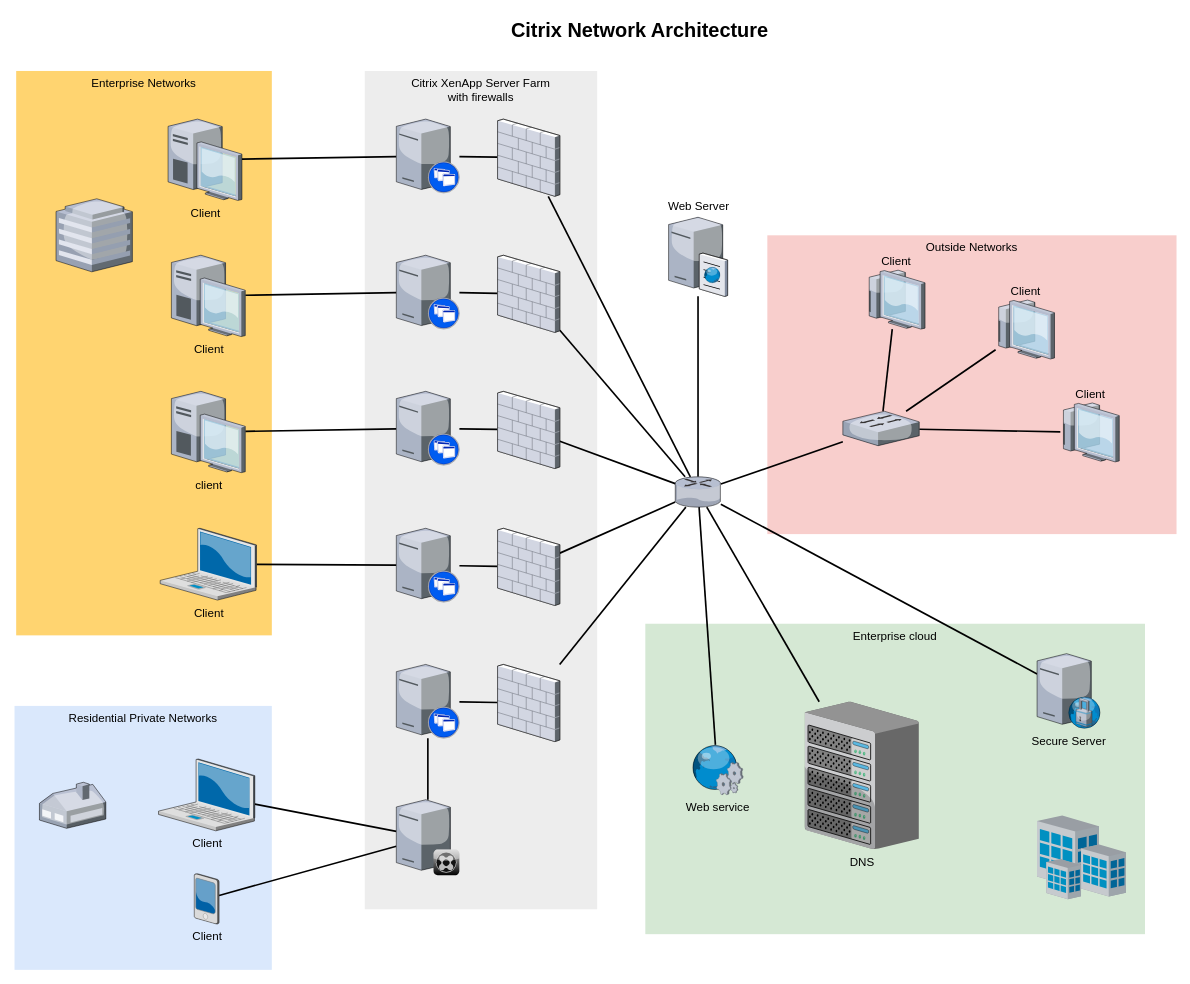
Angel-ISO/redesDiagrama keeps this draw.io diagram as Diagrama sin título.drawio. Above is the earlier version. Source tidied: cells renumbered, new cells numbered last; positions are measured from the earlier drawing's top-left corner, leaving out a move shared by most shapes. Both pictures are drawn from the tidied source at 83%, with x=0, y=0 at pixel (14, 14).
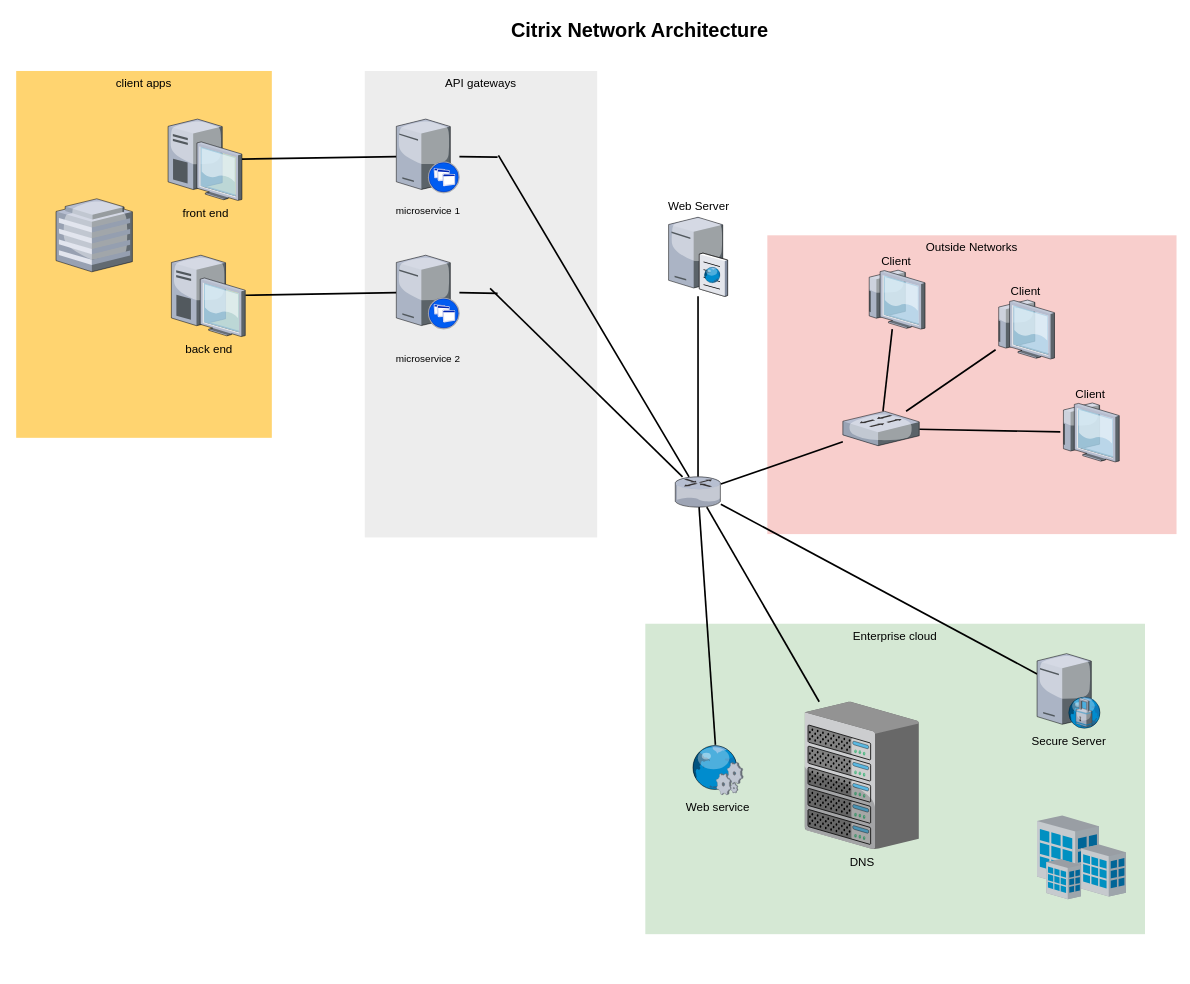
The same page after the edit.

Unchanged cells that the change refers to:
```xml
<mxCell id="26" style="verticalLabelPosition=bottom;html=1;verticalAlign=top;strokeColor=none;shape=mxgraph.citrix.xenapp_server;fillColor=#66B2FF;gradientColor=#0066CC;fontSize=14;" parent="1" vertex="1">
  <mxGeometry x="460" y="290" width="76" height="89" as="geometry" />
</mxCell>
<mxCell id="28" style="verticalLabelPosition=bottom;html=1;verticalAlign=top;strokeColor=none;shape=mxgraph.citrix.xenapp_server;fillColor=#66B2FF;gradientColor=#0066CC;fontSize=14;" parent="1" vertex="1">
  <mxGeometry x="460" y="126" width="76" height="89" as="geometry" />
</mxCell>
<mxCell id="33" style="verticalLabelPosition=bottom;html=1;verticalAlign=top;strokeColor=none;shape=mxgraph.citrix.router;fillColor=#66B2FF;gradientColor=#0066CC;fontSize=14;" parent="1" vertex="1">
  <mxGeometry x="796" y="557" width="55" height="36.5" as="geometry" />
</mxCell>
```

What changed in the source:
```diff
@@
-    <mxCell id="4" value="Citrix XenApp Server Farm&lt;div&gt;with firewalls&lt;/div&gt;" style="whiteSpace=wrap;html=1;fillColor=#EDEDED;fontSize=14;strokeColor=none;verticalAlign=top;" parent="1" vertex="1">
-      <mxGeometry x="422" y="68" width="280" height="1010" as="geometry" />
+    <mxCell id="4" value="API gateways" style="whiteSpace=wrap;html=1;fillColor=#EDEDED;fontSize=14;strokeColor=none;verticalAlign=top;" parent="1" vertex="1">
+      <mxGeometry x="422" y="68" width="280" height="562" as="geometry" />
     </mxCell>
-    <mxCell id="5" value="Residential Private Networks" style="whiteSpace=wrap;html=1;fillColor=#dae8fc;fontSize=14;strokeColor=none;verticalAlign=top;" parent="1" vertex="1">
-      <mxGeometry y="833" width="310" height="318" as="geometry" />
-    </mxCell>
-    <mxCell id="6" value="Enterprise Networks" style="whiteSpace=wrap;html=1;fillColor=#FFD470;gradientColor=none;fontSize=14;strokeColor=none;verticalAlign=top;" parent="1" vertex="1">
-      <mxGeometry x="2" y="68" width="308" height="680" as="geometry" />
+    <mxCell id="6" value="client apps" style="whiteSpace=wrap;html=1;fillColor=#FFD470;gradientColor=none;fontSize=14;strokeColor=none;verticalAlign=top;" parent="1" vertex="1">
+      <mxGeometry x="2" y="68" width="308" height="442" as="geometry" />
     </mxCell>
-    <mxCell id="7" style="edgeStyle=none;rounded=0;html=1;startSize=10;endSize=10;jettySize=auto;fontSize=14;endArrow=none;endFill=0;strokeWidth=2;" parent="1" edge="1" source="8" target="35">
-      <mxGeometry relative="1" as="geometry" />
-    </mxCell>
-    <mxCell id="8" value="Client" style="verticalLabelPosition=bottom;html=1;verticalAlign=top;strokeColor=none;shape=mxgraph.citrix.laptop_2;fillColor=#66B2FF;gradientColor=#0066CC;fontSize=14;" parent="1" vertex="1">
-      <mxGeometry x="173.5" y="897" width="116" height="86.5" as="geometry" />
-    </mxCell>
-    <mxCell id="9" style="edgeStyle=none;rounded=0;html=1;startSize=10;endSize=10;jettySize=auto;fontSize=14;endArrow=none;endFill=0;strokeWidth=2;" parent="1" edge="1" source="10" target="22">
-      <mxGeometry relative="1" as="geometry" />
-    </mxCell>
-    <mxCell id="10" value="Client" style="verticalLabelPosition=bottom;html=1;verticalAlign=top;strokeColor=none;shape=mxgraph.citrix.laptop_2;fillColor=#66B2FF;gradientColor=#0066CC;fontSize=14;" parent="1" vertex="1">
-      <mxGeometry x="175.5" y="619" width="116" height="86.5" as="geometry" />
-    </mxCell>
-    <mxCell id="11" style="edgeStyle=none;rounded=0;html=1;startSize=10;endSize=10;jettySize=auto;fontSize=14;endArrow=none;endFill=0;strokeWidth=2;" parent="1" edge="1" source="12" target="24">
-      <mxGeometry relative="1" as="geometry" />
-    </mxCell>
-    <mxCell id="12" value="client" style="verticalLabelPosition=bottom;html=1;verticalAlign=top;strokeColor=none;shape=mxgraph.citrix.desktop;fillColor=#66B2FF;gradientColor=#0066CC;fontSize=14;" parent="1" vertex="1">
-      <mxGeometry x="189" y="454" width="89" height="98" as="geometry" />
-    </mxCell>
@@
-    <mxCell id="14" value="Client" style="verticalLabelPosition=bottom;html=1;verticalAlign=top;strokeColor=none;shape=mxgraph.citrix.desktop;fillColor=#66B2FF;gradientColor=#0066CC;fontSize=14;" parent="1" vertex="1">
+    <mxCell id="14" value="back end" style="verticalLabelPosition=bottom;html=1;verticalAlign=top;strokeColor=none;shape=mxgraph.citrix.desktop;fillColor=#66B2FF;gradientColor=#0066CC;fontSize=14;" parent="1" vertex="1">
       <mxGeometry x="189" y="290" width="89" height="98" as="geometry" />
     </mxCell>
@@
-    <mxCell id="16" value="Client" style="verticalLabelPosition=bottom;html=1;verticalAlign=top;strokeColor=none;shape=mxgraph.citrix.desktop;fillColor=#66B2FF;gradientColor=#0066CC;fontSize=14;" parent="1" vertex="1">
+    <mxCell id="16" value="front end" style="verticalLabelPosition=bottom;html=1;verticalAlign=top;strokeColor=none;shape=mxgraph.citrix.desktop;fillColor=#66B2FF;gradientColor=#0066CC;fontSize=14;" parent="1" vertex="1">
       <mxGeometry x="185" y="126" width="89" height="98" as="geometry" />
     </mxCell>
-    <mxCell id="17" style="edgeStyle=none;rounded=0;html=1;startSize=10;endSize=10;jettySize=auto;fontSize=14;endArrow=none;endFill=0;strokeWidth=2;" parent="1" edge="1" source="18" target="35">
-      <mxGeometry relative="1" as="geometry" />
-    </mxCell>
-    <mxCell id="18" value="Client" style="verticalLabelPosition=bottom;html=1;verticalAlign=top;strokeColor=none;shape=mxgraph.citrix.pda;fillColor=#66B2FF;gradientColor=#0066CC;fontSize=14;" parent="1" vertex="1">
-      <mxGeometry x="216.5" y="1035" width="30" height="61" as="geometry" />
-    </mxCell>
-    <mxCell id="19" style="edgeStyle=none;rounded=0;html=1;startSize=10;endSize=10;jettySize=auto;fontSize=14;endArrow=none;endFill=0;strokeWidth=2;" parent="1" edge="1" source="20" target="47">
-      <mxGeometry relative="1" as="geometry" />
-    </mxCell>
-    <mxCell id="20" style="verticalLabelPosition=bottom;html=1;verticalAlign=top;strokeColor=none;shape=mxgraph.citrix.xenapp_server;fillColor=#66B2FF;gradientColor=#0066CC;fontSize=14;" parent="1" vertex="1">
-      <mxGeometry x="460" y="783" width="76" height="89" as="geometry" />
-    </mxCell>
-    <mxCell id="21" style="edgeStyle=none;rounded=0;html=1;startSize=10;endSize=10;jettySize=auto;fontSize=14;endArrow=none;endFill=0;strokeWidth=2;" parent="1" edge="1" source="22" target="45">
-      <mxGeometry relative="1" as="geometry" />
-    </mxCell>
-    <mxCell id="22" style="verticalLabelPosition=bottom;html=1;verticalAlign=top;strokeColor=none;shape=mxgraph.citrix.xenapp_server;fillColor=#66B2FF;gradientColor=#0066CC;fontSize=14;" parent="1" vertex="1">
-      <mxGeometry x="460" y="619" width="76" height="89" as="geometry" />
-    </mxCell>
-    <mxCell id="23" style="edgeStyle=none;rounded=0;html=1;startSize=10;endSize=10;jettySize=auto;fontSize=14;endArrow=none;endFill=0;strokeWidth=2;" parent="1" edge="1" source="24" target="43">
-      <mxGeometry relative="1" as="geometry" />
-    </mxCell>
-    <mxCell id="24" style="verticalLabelPosition=bottom;html=1;verticalAlign=top;strokeColor=none;shape=mxgraph.citrix.xenapp_server;fillColor=#66B2FF;gradientColor=#0066CC;fontSize=14;" parent="1" vertex="1">
-      <mxGeometry x="460" y="454" width="76" height="89" as="geometry" />
-    </mxCell>
-    <mxCell id="25" style="edgeStyle=none;rounded=0;html=1;startSize=10;endSize=10;jettySize=auto;fontSize=14;endArrow=none;endFill=0;strokeWidth=2;" parent="1" edge="1" source="26" target="41">
-      <mxGeometry relative="1" as="geometry" />
+    <mxCell id="25" style="edgeStyle=none;rounded=0;html=1;startSize=10;endSize=10;jettySize=auto;fontSize=14;endArrow=none;endFill=0;strokeWidth=2;" parent="1" edge="1" source="26">
+      <mxGeometry relative="1" as="geometry">
+        <mxPoint x="582" y="335.9" as="targetPoint" />
+      </mxGeometry>
     </mxCell>
@@
-    <mxCell id="27" style="edgeStyle=none;rounded=0;html=1;startSize=10;endSize=10;jettySize=auto;fontSize=14;endArrow=none;endFill=0;strokeWidth=2;" parent="1" edge="1" source="28" target="39">
-      <mxGeometry relative="1" as="geometry" />
+    <mxCell id="27" style="edgeStyle=none;rounded=0;html=1;startSize=10;endSize=10;jettySize=auto;fontSize=14;endArrow=none;endFill=0;strokeWidth=2;" parent="1" edge="1" source="28">
+      <mxGeometry relative="1" as="geometry">
+        <mxPoint x="582" y="171.9" as="targetPoint" />
+      </mxGeometry>
     </mxCell>
@@
-    <mxCell id="34" style="edgeStyle=none;rounded=0;html=1;startSize=10;endSize=10;jettySize=auto;fontSize=14;endArrow=none;endFill=0;strokeWidth=2;" parent="1" edge="1" source="35" target="20">
-      <mxGeometry relative="1" as="geometry" />
-    </mxCell>
-    <mxCell id="35" style="verticalLabelPosition=bottom;html=1;verticalAlign=top;strokeColor=none;shape=mxgraph.citrix.xenclient_synchronizer;fillColor=#CCCCCC;gradientColor=#000000;gradientDirection=south;fontSize=14;" parent="1" vertex="1">
-      <mxGeometry x="460" y="946" width="76" height="91" as="geometry" />
-    </mxCell>
@@
-    <mxCell id="38" style="edgeStyle=none;rounded=0;html=1;startSize=10;endSize=10;jettySize=auto;fontSize=14;endArrow=none;endFill=0;strokeWidth=2;" parent="1" edge="1" source="39" target="33">
+    <mxCell id="38" style="edgeStyle=none;rounded=0;html=1;startSize=10;endSize=10;jettySize=auto;fontSize=14;endArrow=none;endFill=0;strokeWidth=2;exitX=0.575;exitY=0.181;exitDx=0;exitDy=0;exitPerimeter=0;" parent="1" edge="1" source="4" target="33">
       <mxGeometry relative="1" as="geometry" />
     </mxCell>
-    <mxCell id="39" style="verticalLabelPosition=bottom;html=1;verticalAlign=top;strokeColor=none;shape=mxgraph.citrix.firewall;fillColor=#66B2FF;gradientColor=#0066CC;fontSize=14;" parent="1" vertex="1">
-      <mxGeometry x="582" y="126" width="75" height="93" as="geometry" />
-    </mxCell>
-    <mxCell id="40" style="edgeStyle=none;rounded=0;html=1;startSize=10;endSize=10;jettySize=auto;fontSize=14;endArrow=none;endFill=0;strokeWidth=2;" parent="1" edge="1" source="41" target="33">
-      <mxGeometry relative="1" as="geometry" />
+    <mxCell id="40" style="edgeStyle=none;rounded=0;html=1;startSize=10;endSize=10;jettySize=auto;fontSize=14;endArrow=none;endFill=0;strokeWidth=2;" parent="1" edge="1" target="33">
+      <mxGeometry relative="1" as="geometry">
+        <mxPoint x="573" y="330" as="sourcePoint" />
+      </mxGeometry>
     </mxCell>
-    <mxCell id="41" style="verticalLabelPosition=bottom;html=1;verticalAlign=top;strokeColor=none;shape=mxgraph.citrix.firewall;fillColor=#66B2FF;gradientColor=#0066CC;fontSize=14;" parent="1" vertex="1">
-      <mxGeometry x="582" y="290" width="75" height="93" as="geometry" />
-    </mxCell>
-    <mxCell id="42" style="edgeStyle=none;rounded=0;html=1;startSize=10;endSize=10;jettySize=auto;fontSize=14;endArrow=none;endFill=0;strokeWidth=2;" parent="1" edge="1" source="43" target="33">
-      <mxGeometry relative="1" as="geometry" />
-    </mxCell>
-    <mxCell id="43" style="verticalLabelPosition=bottom;html=1;verticalAlign=top;strokeColor=none;shape=mxgraph.citrix.firewall;fillColor=#66B2FF;gradientColor=#0066CC;fontSize=14;" parent="1" vertex="1">
-      <mxGeometry x="582" y="454" width="75" height="93" as="geometry" />
-    </mxCell>
-    <mxCell id="44" style="edgeStyle=none;rounded=0;html=1;startSize=10;endSize=10;jettySize=auto;fontSize=14;endArrow=none;endFill=0;strokeWidth=2;" parent="1" edge="1" source="45" target="33">
-      <mxGeometry relative="1" as="geometry" />
-    </mxCell>
-    <mxCell id="45" style="verticalLabelPosition=bottom;html=1;verticalAlign=top;strokeColor=none;shape=mxgraph.citrix.firewall;fillColor=#66B2FF;gradientColor=#0066CC;fontSize=14;" parent="1" vertex="1">
-      <mxGeometry x="582" y="619" width="75" height="93" as="geometry" />
-    </mxCell>
-    <mxCell id="46" style="edgeStyle=none;rounded=0;html=1;startSize=10;endSize=10;jettySize=auto;fontSize=14;endArrow=none;endFill=0;strokeWidth=2;" parent="1" edge="1" source="47" target="33">
-      <mxGeometry relative="1" as="geometry" />
-    </mxCell>
-    <mxCell id="47" style="verticalLabelPosition=bottom;html=1;verticalAlign=top;strokeColor=none;shape=mxgraph.citrix.firewall;fillColor=#66B2FF;gradientColor=#0066CC;fontSize=14;" parent="1" vertex="1">
-      <mxGeometry x="582" y="783" width="75" height="93" as="geometry" />
-    </mxCell>
-    <mxCell id="48" style="verticalLabelPosition=bottom;html=1;verticalAlign=top;strokeColor=none;shape=mxgraph.citrix.home_office;fillColor=#66B2FF;gradientColor=#0066CC;fontSize=14;" parent="1" vertex="1">
-      <mxGeometry x="30" y="925" width="80" height="55.5" as="geometry" />
-    </mxCell>
@@
+    <mxCell id="62" value="microservice 1" style="text;html=1;align=center;verticalAlign=middle;strokeColor=none;fillColor=none;" parent="1" vertex="1">
+      <mxGeometry x="448" y="222" width="100" height="30" as="geometry" />
+    </mxCell>
+    <mxCell id="63" value="microservice 2" style="text;html=1;align=center;verticalAlign=middle;strokeColor=none;fillColor=none;" parent="1" vertex="1">
+      <mxGeometry x="448" y="400" width="100" height="30" as="geometry" />
+    </mxCell>
```
